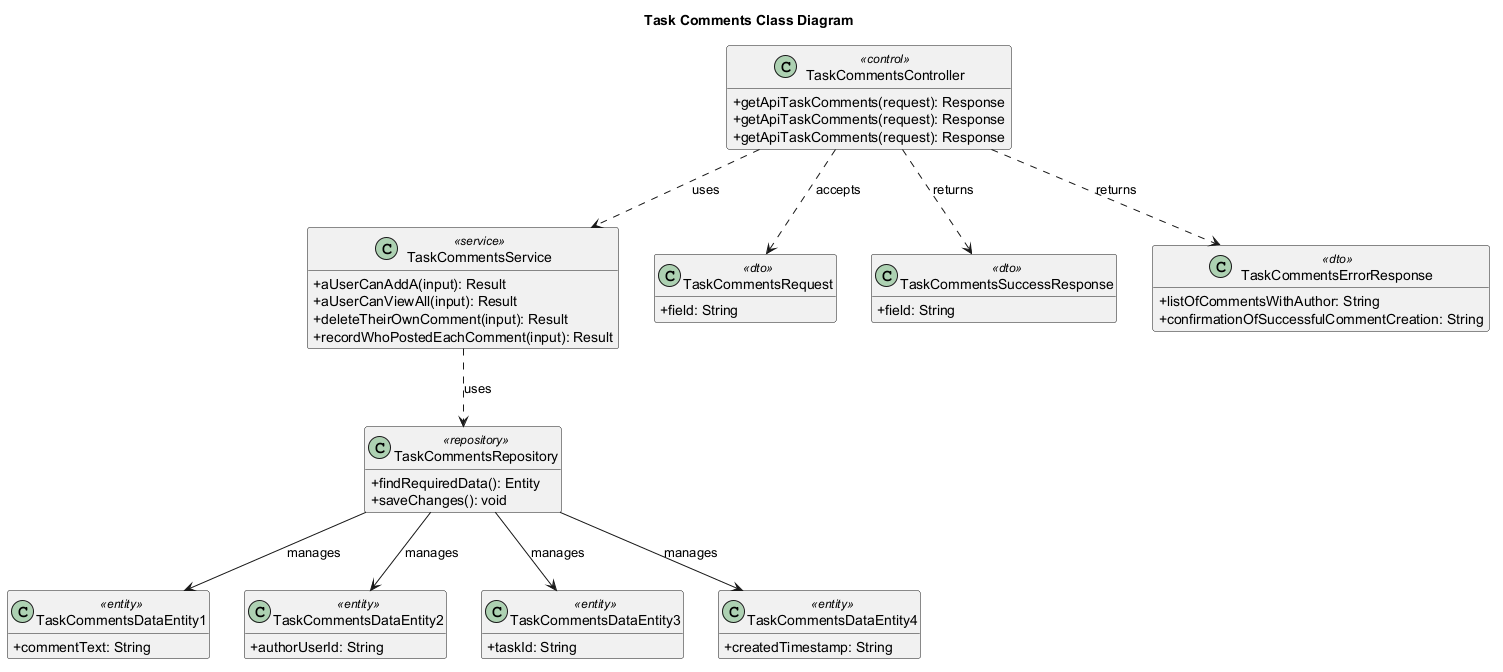
Above: services/agentic_service/outputs/taskflow/feature-task-comments/03_architecture/task_comments_class_v1.png in Dulneth210229/Auto-Forge-MAS (PlantUML), before the change.
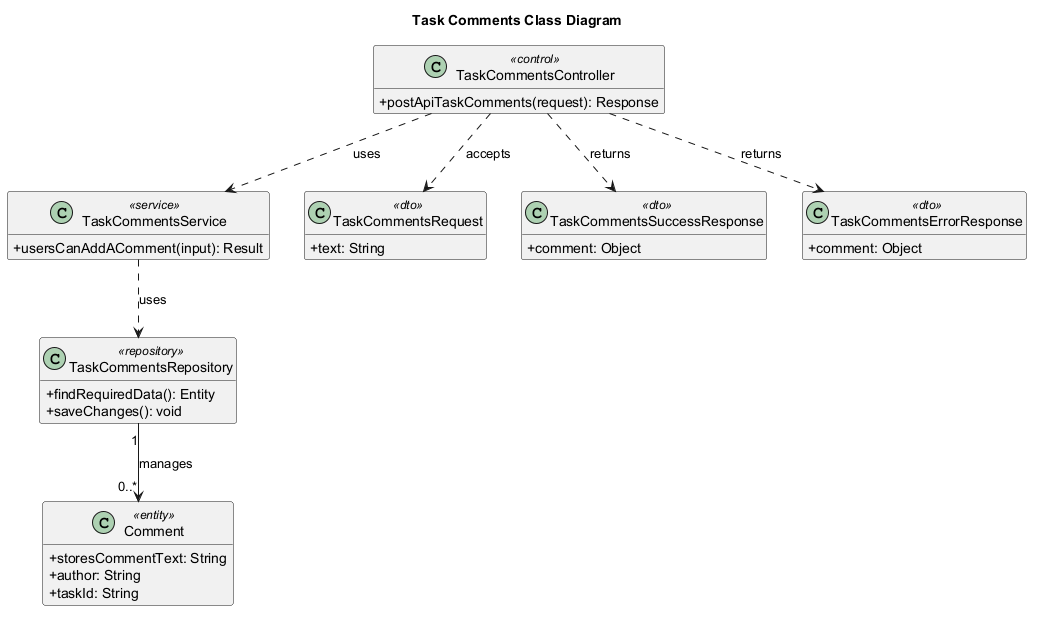
After the commit.

Diff of the diagram source:
```diff
@@ -6,45 +6,29 @@
 title Task Comments Class Diagram
 
 class "TaskCommentsController" as CLS_CONTROLLER <<control>> {
-  +getApiTaskComments(request): Response
-  +getApiTaskComments(request): Response
-  +getApiTaskComments(request): Response
+  +postApiTaskComments(request): Response
 }
 
 class "TaskCommentsService" as CLS_SERVICE <<service>> {
-  +aUserCanAddA(input): Result
-  +aUserCanViewAll(input): Result
-  +deleteTheirOwnComment(input): Result
-  +recordWhoPostedEachComment(input): Result
+  +usersCanAddAComment(input): Result
 }
 
 class "TaskCommentsRequest" as CLS_REQUEST_001 <<dto>> {
-  +field: String
+  +text: String
 }
 
 class "TaskCommentsSuccessResponse" as CLS_RESPONSE_001 <<dto>> {
-  +field: String
+  +comment: Object
 }
 
 class "TaskCommentsErrorResponse" as CLS_RESPONSE_002 <<dto>> {
-  +listOfCommentsWithAuthor: String
-  +confirmationOfSuccessfulCommentCreation: String
+  +comment: Object
 }
 
-class "TaskCommentsDataEntity1" as CLS_ENTITY_001 <<entity>> {
-  +commentText: String
-}
-
-class "TaskCommentsDataEntity2" as CLS_ENTITY_002 <<entity>> {
-  +authorUserId: String
-}
-
-class "TaskCommentsDataEntity3" as CLS_ENTITY_003 <<entity>> {
+class "Comment" as CLS_ENTITY_001 <<entity>> {
+  +storesCommentText: String
+  +author: String
   +taskId: String
-}
-
-class "TaskCommentsDataEntity4" as CLS_ENTITY_004 <<entity>> {
-  +createdTimestamp: String
 }
 
 class "TaskCommentsRepository" as CLS_REPOSITORY <<repository>> {
@@ -57,9 +41,6 @@
 CLS_CONTROLLER ..> CLS_RESPONSE_001 : returns
 CLS_CONTROLLER ..> CLS_RESPONSE_002 : returns
 CLS_SERVICE ..> CLS_REPOSITORY : uses
-CLS_REPOSITORY --> CLS_ENTITY_001 : manages
-CLS_REPOSITORY --> CLS_ENTITY_002 : manages
-CLS_REPOSITORY --> CLS_ENTITY_003 : manages
-CLS_REPOSITORY --> CLS_ENTITY_004 : manages
+CLS_REPOSITORY "1" --> "0..*" CLS_ENTITY_001 : manages
 
 @enduml
```
